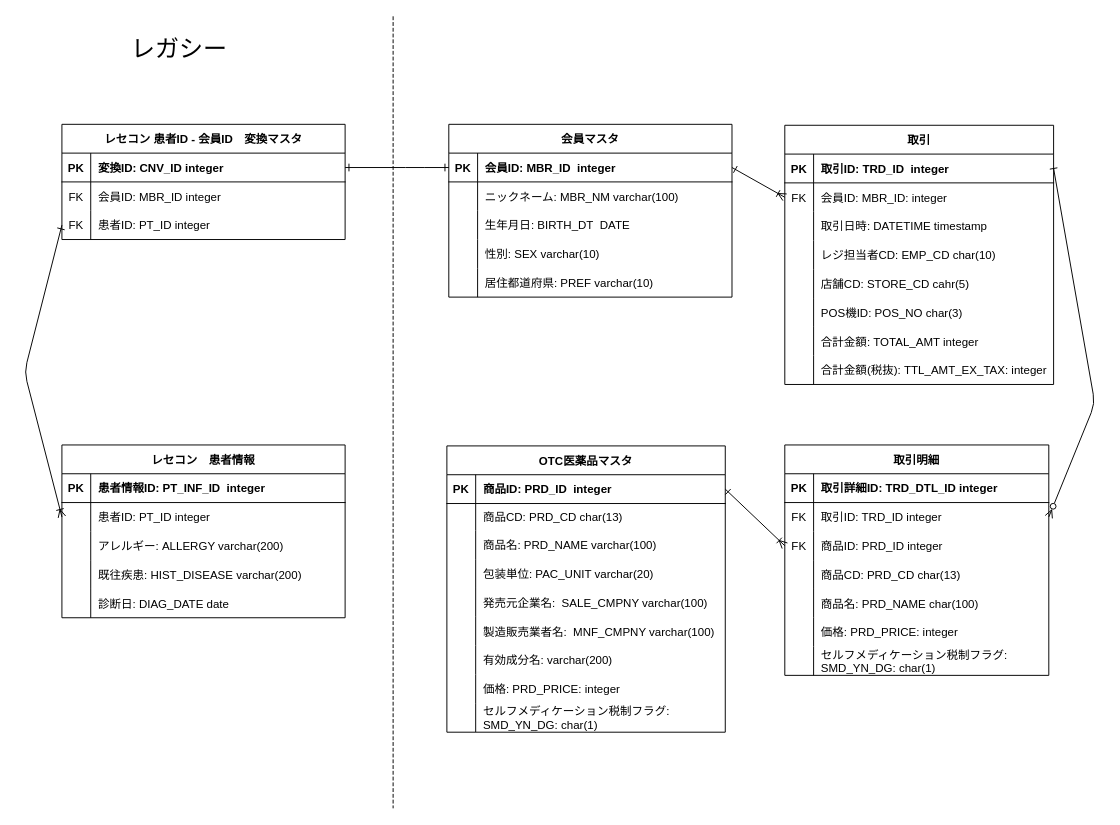
The draw.io diagram page "ER図" (1 of 2) of 仕様書.drawio in MaruyamaMiyuki5/Meduet-step4, before the edit. Source tidied: cells renumbered, new cells numbered last; positions are measured from the earlier drawing's top-left corner, leaving out a move shared by most shapes. Both pictures are drawn from the tidied source at 96%, with x=0, y=0 at pixel (24, 16).
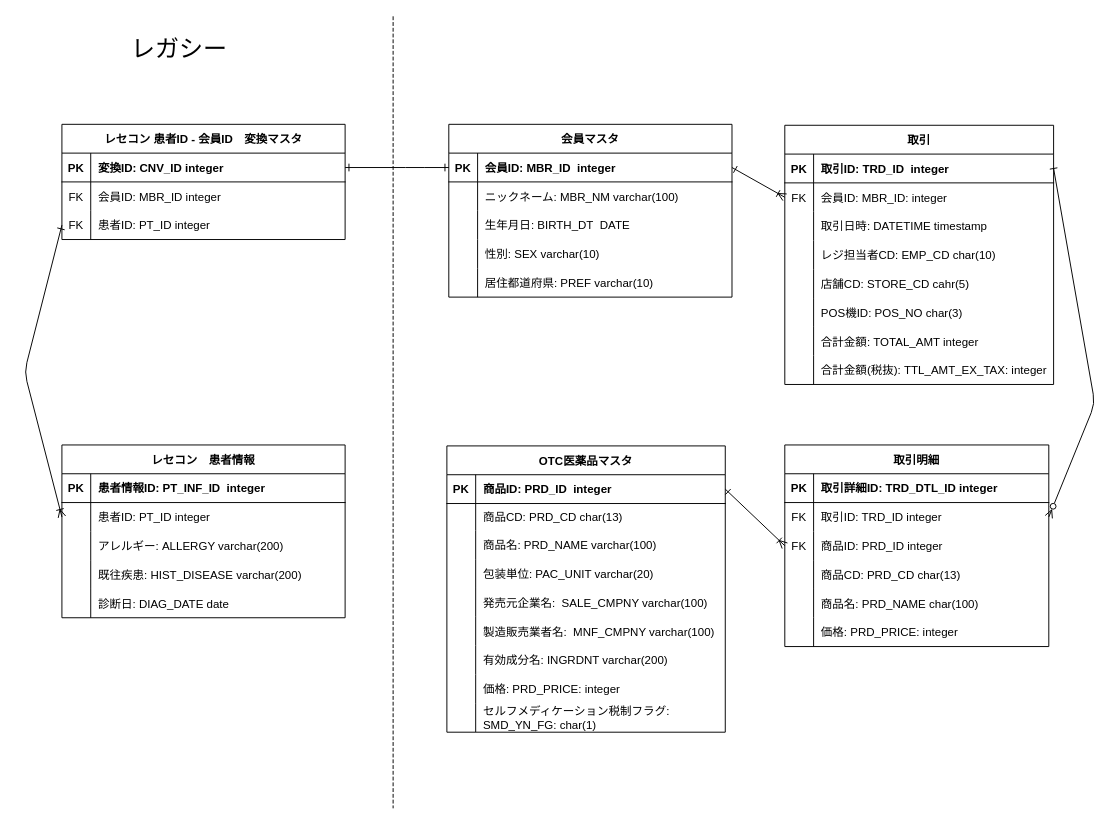
After the change.

Unchanged cells that the change refers to:
```xml
<mxCell id="37" style="shape=tableRow;horizontal=0;startSize=0;swimlaneHead=0;swimlaneBody=0;fillColor=none;top=0;left=0;right=0;bottom=0;" parent="18" vertex="1">
  <mxGeometry y="208" width="290" height="30" as="geometry" />
</mxCell>
<mxCell id="43" style="shape=tableRow;horizontal=0;startSize=0;swimlaneHead=0;swimlaneBody=0;fillColor=none;top=0;left=0;right=0;bottom=0;" parent="18" vertex="1">
  <mxGeometry y="268" width="290" height="30" as="geometry" />
</mxCell>
```

What changed in the source:
```diff
@@
-    <mxCell id="39" value="有効成分名: varchar(200)" style="shape=partialRectangle;fillColor=none;top=0;left=0;bottom=0;right=0;align=left;spacingLeft=6;overflow=hidden;" parent="37" vertex="1">
+    <mxCell id="39" value="有効成分名: INGRDNT varchar(200)" style="shape=partialRectangle;fillColor=none;top=0;left=0;bottom=0;right=0;align=left;spacingLeft=6;overflow=hidden;" parent="37" vertex="1">
       <mxGeometry x="30" width="260" height="30" as="geometry" />
     </mxCell>
@@
-    <mxCell id="45" value="セルフメディケーション税制フラグ:&#10;SMD_YN_DG: char(1)" style="shape=partialRectangle;fillColor=none;top=0;left=0;bottom=0;right=0;align=left;spacingLeft=6;overflow=hidden;" parent="43" vertex="1">
+    <mxCell id="45" value="セルフメディケーション税制フラグ:&#10;SMD_YN_FG: char(1)" style="shape=partialRectangle;fillColor=none;top=0;left=0;bottom=0;right=0;align=left;spacingLeft=6;overflow=hidden;" parent="43" vertex="1">
       <mxGeometry x="30" width="260" height="30" as="geometry" />
     </mxCell>
@@
     <mxCell id="73" value="取引明細" style="shape=table;startSize=30;childLayout=tableLayout;rowLines=0;fontStyle=1;align=center;" parent="1" vertex="1">
-      <mxGeometry x="792" y="446" width="275" height="240" as="geometry" />
+      <mxGeometry x="792" y="446" width="275" height="210" as="geometry" />
     </mxCell>
@@
-    <mxCell id="92" style="shape=tableRow;horizontal=0;startSize=0;swimlaneHead=0;swimlaneBody=0;fillColor=none;top=0;left=0;right=0;bottom=0;" parent="73" vertex="1">
-      <mxGeometry y="210" width="275" height="30" as="geometry" />
-    </mxCell>
-    <mxCell id="93" style="shape=partialRectangle;fillColor=none;top=0;left=0;bottom=0;right=0;overflow=hidden;" parent="92" vertex="1">
-      <mxGeometry width="30" height="30" as="geometry" />
-    </mxCell>
-    <mxCell id="94" value="セルフメディケーション税制フラグ:&#10;SMD_YN_DG: char(1)" style="shape=partialRectangle;fillColor=none;top=0;left=0;bottom=0;right=0;align=left;spacingLeft=6;overflow=hidden;" parent="92" vertex="1">
-      <mxGeometry x="30" width="245" height="30" as="geometry" />
-    </mxCell>
```
